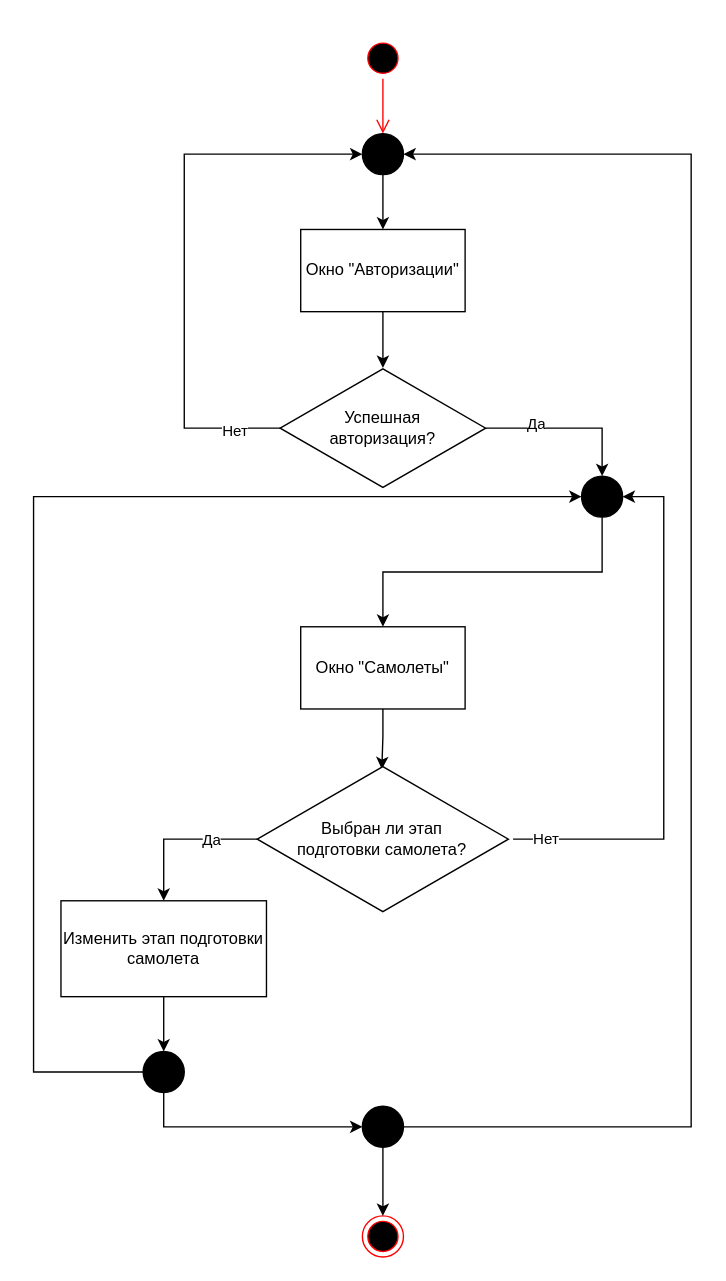
This is page "Бригадир_этап_самолета" (2 of 5) of Диаграммы_drawio/Сценарии_использования.drawio from CCF2P/Backend, a draw.io file, before an edit. Source tidied: cells renumbered, new cells numbered last; positions are measured from the earlier drawing's top-left corner, leaving out a move shared by most shapes. Both pictures are drawn from the tidied source at 137%, with x=0, y=0 at pixel (33, 37).
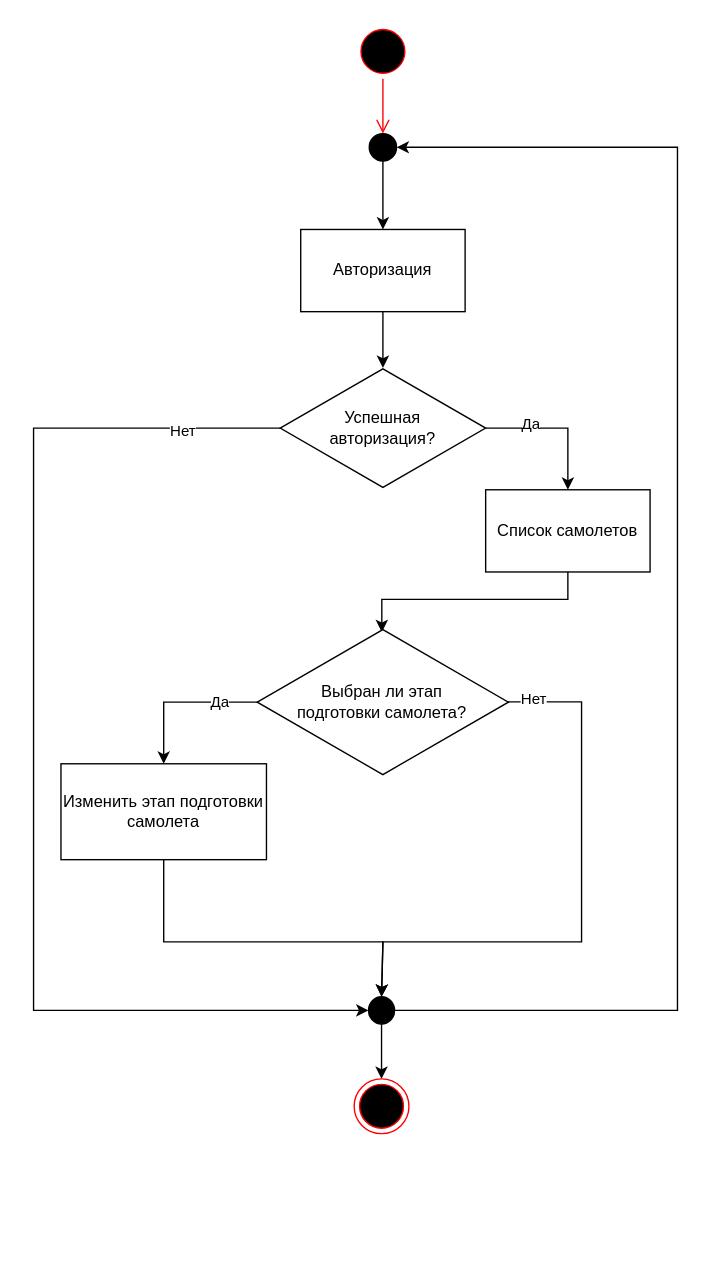
The same page after the edit.

The change refers to these unchanged cells:
```xml
<mxCell id="24" value="Успешная&lt;br&gt;авторизация?" style="html=1;whiteSpace=wrap;shape=isoRectangle;" parent="1" vertex="1">
  <mxGeometry x="180" y="240" width="150" height="90" as="geometry" />
</mxCell>
```

Change to the diagram source:
```diff
@@
     <mxCell id="2" style="ellipse;html=1;shape=startState;fillColor=#000000;strokeColor=#ff0000;" parent="1" vertex="1">
-      <mxGeometry x="240" width="30" height="30" as="geometry" />
+      <mxGeometry x="235" y="-10" width="40" height="40" as="geometry" />
     </mxCell>
@@
-    <mxCell id="5" value="Окно &quot;Самолеты&quot;" style="rounded=0;whiteSpace=wrap;html=1;" parent="1" vertex="1">
-      <mxGeometry x="195" y="430" width="120" height="60" as="geometry" />
+    <mxCell id="5" value="Список самолетов" style="rounded=0;whiteSpace=wrap;html=1;" parent="1" vertex="1">
+      <mxGeometry x="330" y="330" width="120" height="60" as="geometry" />
     </mxCell>
-    <mxCell id="6" style="edgeStyle=orthogonalEdgeStyle;rounded=0;jettySize=auto;html=1;entryX=1;entryY=0.5;entryDx=0;entryDy=0;" parent="1" edge="1" target="12">
-      <mxGeometry relative="1" as="geometry">
-        <mxPoint x="350" y="585" as="sourcePoint" />
-        <Array as="points">
-          <mxPoint x="460" y="585" />
-          <mxPoint x="460" y="335" />
-        </Array>
-      </mxGeometry>
-    </mxCell>
-    <mxCell id="7" value="Нет" style="edgeLabel;html=1;align=center;verticalAlign=middle;" parent="6" vertex="1">
-      <mxGeometry x="-0.88" y="1" relative="1" as="geometry" />
-    </mxCell>
     <mxCell id="8" style="edgeStyle=orthogonalEdgeStyle;rounded=0;jettySize=auto;html=1;entryX=0.5;entryY=0;entryDx=0;entryDy=0;" parent="1" edge="1" source="10" target="14">
       <mxGeometry relative="1" as="geometry">
         <Array as="points">
-          <mxPoint x="95" y="585" />
+          <mxPoint x="95" y="485" />
         </Array>
       </mxGeometry>
     </mxCell>
     <mxCell id="9" value="Да" style="edgeLabel;html=1;align=center;verticalAlign=middle;" parent="8" vertex="1">
-      <mxGeometry x="-0.4" relative="1" as="geometry" />
+      <mxGeometry x="-0.5" y="-1" relative="1" as="geometry" />
     </mxCell>
+    <mxCell id="31" style="edgeStyle=orthogonalEdgeStyle;rounded=0;jettySize=auto;html=1;entryX=0.5;entryY=0;entryDx=0;entryDy=0;exitX=0.996;exitY=0.498;exitDx=0;exitDy=0;exitPerimeter=0;" parent="1" edge="1" source="10" target="30">
+      <mxGeometry relative="1" as="geometry">
+        <Array as="points">
+          <mxPoint x="400" y="485" />
+          <mxPoint x="400" y="660" />
+          <mxPoint x="255" y="660" />
+        </Array>
+      </mxGeometry>
+    </mxCell>
+    <mxCell id="7" value="Нет" style="edgeLabel;html=1;align=center;verticalAlign=middle;" parent="31" vertex="1">
+      <mxGeometry x="-0.91" y="2" relative="1" as="geometry" />
+    </mxCell>
     <mxCell id="10" value="Выбран ли этап&lt;br&gt;подготовки самолета?" style="html=1;whiteSpace=wrap;shape=isoRectangle;" parent="1" vertex="1">
-      <mxGeometry x="163.3" y="530" width="183.3" height="110" as="geometry" />
+      <mxGeometry x="163.3" y="430" width="183.3" height="110" as="geometry" />
     </mxCell>
-    <mxCell id="11" style="edgeStyle=orthogonalEdgeStyle;rounded=0;jettySize=auto;html=1;entryX=0.5;entryY=0;entryDx=0;entryDy=0;exitX=0.5;exitY=1;exitDx=0;exitDy=0;" parent="1" edge="1" source="12" target="5">
-      <mxGeometry relative="1" as="geometry" />
-    </mxCell>
-    <mxCell id="12" style="ellipse;fillColor=strokeColor;html=1;" parent="1" vertex="1">
-      <mxGeometry x="400" y="320" width="30" height="30" as="geometry" />
-    </mxCell>
-    <mxCell id="13" style="edgeStyle=orthogonalEdgeStyle;rounded=0;jettySize=auto;html=1;exitX=0.5;exitY=1;exitDx=0;exitDy=0;entryX=0.5;entryY=0;entryDx=0;entryDy=0;" parent="1" edge="1" source="14" target="18">
-      <mxGeometry relative="1" as="geometry" />
+    <mxCell id="13" style="edgeStyle=orthogonalEdgeStyle;rounded=0;jettySize=auto;html=1;exitX=0.5;exitY=1;exitDx=0;exitDy=0;entryX=0.5;entryY=0;entryDx=0;entryDy=0;" parent="1" edge="1" source="14" target="30">
+      <mxGeometry relative="1" as="geometry">
+        <Array as="points">
+          <mxPoint x="95" y="660" />
+          <mxPoint x="255" y="660" />
+        </Array>
+      </mxGeometry>
     </mxCell>
     <mxCell id="14" value="Изменить этап подготовки самолета" style="rounded=0;whiteSpace=wrap;html=1;" parent="1" vertex="1">
-      <mxGeometry x="20" y="630" width="150" height="70" as="geometry" />
+      <mxGeometry x="20" y="530" width="150" height="70" as="geometry" />
     </mxCell>
     <mxCell id="15" style="ellipse;html=1;shape=endState;fillColor=#000000;strokeColor=#ff0000;" parent="1" vertex="1">
-      <mxGeometry x="240" y="860" width="30" height="30" as="geometry" />
+      <mxGeometry x="234" y="760" width="40" height="40" as="geometry" />
     </mxCell>
-    <mxCell id="16" style="edgeStyle=orthogonalEdgeStyle;rounded=0;jettySize=auto;html=1;exitX=0;exitY=0.5;exitDx=0;exitDy=0;entryX=0;entryY=0.5;entryDx=0;entryDy=0;" parent="1" edge="1" source="18" target="12">
-      <mxGeometry relative="1" as="geometry">
-        <Array as="points">
-          <mxPoint y="755" />
-          <mxPoint y="335" />
-        </Array>
-      </mxGeometry>
-    </mxCell>
-    <mxCell id="17" style="edgeStyle=orthogonalEdgeStyle;rounded=0;jettySize=auto;html=1;entryX=0;entryY=0.5;entryDx=0;entryDy=0;exitX=0.5;exitY=1;exitDx=0;exitDy=0;" parent="1" edge="1" source="18" target="30">
-      <mxGeometry relative="1" as="geometry" />
-    </mxCell>
-    <mxCell id="18" style="ellipse;fillColor=strokeColor;html=1;" parent="1" vertex="1">
-      <mxGeometry x="80" y="740" width="30" height="30" as="geometry" />
-    </mxCell>
-    <mxCell id="19" value="Окно &quot;Авторизации&quot;" style="rounded=0;whiteSpace=wrap;html=1;" parent="1" vertex="1">
+    <mxCell id="19" value="Авторизация" style="rounded=0;whiteSpace=wrap;html=1;" parent="1" vertex="1">
       <mxGeometry x="195" y="140" width="120" height="60" as="geometry" />
     </mxCell>
-    <mxCell id="20" style="edgeStyle=orthogonalEdgeStyle;rounded=0;jettySize=auto;html=1;entryX=0;entryY=0.5;entryDx=0;entryDy=0;" parent="1" edge="1" source="24" target="26">
+    <mxCell id="20" style="edgeStyle=orthogonalEdgeStyle;rounded=0;jettySize=auto;html=1;entryX=0;entryY=0.5;entryDx=0;entryDy=0;" parent="1" edge="1" source="24" target="30">
       <mxGeometry relative="1" as="geometry">
         <Array as="points">
-          <mxPoint x="110" y="285" />
-          <mxPoint x="110" y="85" />
+          <mxPoint y="285" />
+          <mxPoint y="710" />
         </Array>
       </mxGeometry>
     </mxCell>
@@
-    <mxCell id="22" style="edgeStyle=orthogonalEdgeStyle;rounded=0;jettySize=auto;html=1;entryX=0.5;entryY=0;entryDx=0;entryDy=0;" parent="1" edge="1" source="24" target="12">
-      <mxGeometry relative="1" as="geometry" />
+    <mxCell id="22" style="edgeStyle=orthogonalEdgeStyle;rounded=0;jettySize=auto;html=1;entryX=0.5;entryY=0;entryDx=0;entryDy=0;" parent="1" edge="1" source="24" target="5">
+      <mxGeometry relative="1" as="geometry">
+        <Array as="points">
+          <mxPoint x="390" y="285" />
+        </Array>
+      </mxGeometry>
     </mxCell>
@@
     <mxCell id="26" style="ellipse;fillColor=strokeColor;html=1;" parent="1" vertex="1">
-      <mxGeometry x="240" y="70" width="30" height="30" as="geometry" />
+      <mxGeometry x="245" y="70" width="20" height="20" as="geometry" />
     </mxCell>
@@
+    <mxCell id="29" style="edgeStyle=orthogonalEdgeStyle;rounded=0;jettySize=auto;html=1;exitX=1;exitY=0.5;exitDx=0;exitDy=0;entryX=1;entryY=0.5;entryDx=0;entryDy=0;" parent="1" edge="1" source="30" target="26">
+      <mxGeometry relative="1" as="geometry">
+        <Array as="points">
+          <mxPoint x="470" y="710" />
+          <mxPoint x="470" y="80" />
+        </Array>
+      </mxGeometry>
+    </mxCell>
@@
-    <mxCell id="29" style="edgeStyle=orthogonalEdgeStyle;rounded=0;jettySize=auto;html=1;exitX=1;exitY=0.5;exitDx=0;exitDy=0;entryX=1;entryY=0.5;entryDx=0;entryDy=0;" parent="1" edge="1" source="30" target="26">
-      <mxGeometry relative="1" as="geometry">
-        <Array as="points">
-          <mxPoint x="480" y="795" />
-          <mxPoint x="480" y="85" />
-        </Array>
-      </mxGeometry>
-    </mxCell>
     <mxCell id="30" style="ellipse;fillColor=strokeColor;html=1;" parent="1" vertex="1">
-      <mxGeometry x="240" y="780" width="30" height="30" as="geometry" />
+      <mxGeometry x="244.5" y="700" width="19" height="20" as="geometry" />
     </mxCell>
```
